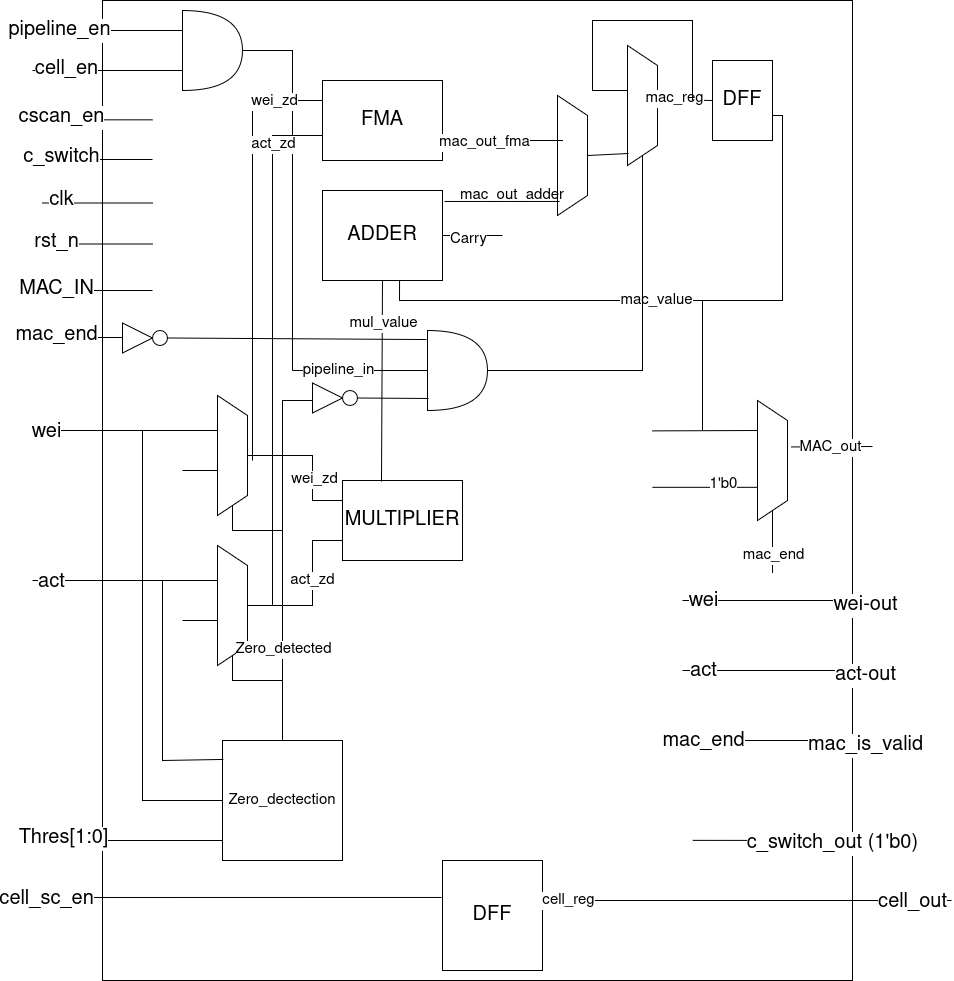
This is image/PE_OS.png from MinhKhaNe/SYSTOLIC_ARRAY, a draw.io export, as it was before one commit. Source tidied: cells renumbered, new cells last; positions are measured from the earlier drawing's top-left corner, leaving out a move shared by most shapes.
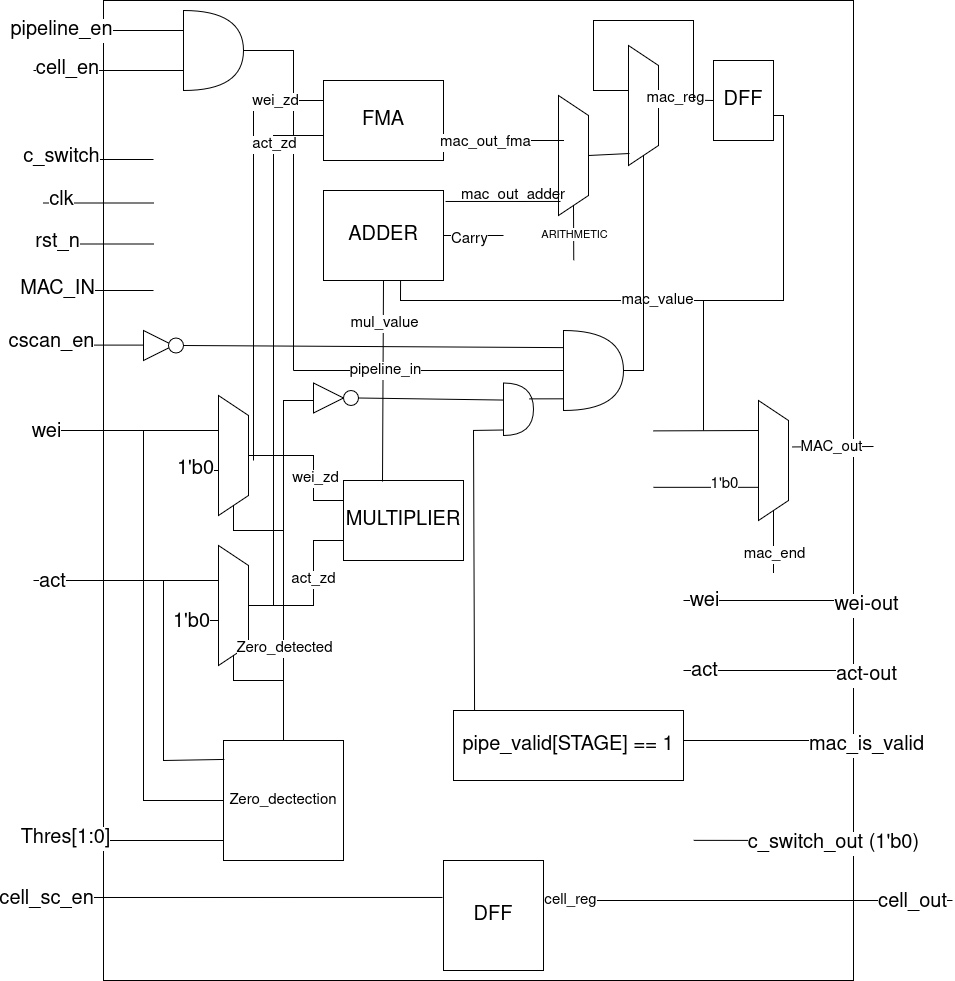
After the change.

Diff of the diagram source:
```diff
@@ -85,6 +85,9 @@
         <mxPoint x="190" y="470" as="targetPoint" />
       </mxGeometry>
     </mxCell>
+    <mxCell id="103" value="&lt;font style=&quot;font-size: 20px;&quot;&gt;1'b0&lt;/font&gt;" style="edgeLabel;html=1;align=center;verticalAlign=middle;" parent="19" vertex="1">
+      <mxGeometry x="-0.42" y="2" relative="1" as="geometry" />
+    </mxCell>
     <mxCell id="20" value="&lt;font style=&quot;font-size: 15px;&quot;&gt;Zero_dectection&lt;/font&gt;" style="rounded=0;whiteSpace=wrap;html=1;" parent="1" vertex="1">
       <mxGeometry x="190" y="740" width="120" height="120" as="geometry" />
     </mxCell>
@@ -106,6 +109,9 @@
         <mxPoint x="190" y="620" as="targetPoint" />
       </mxGeometry>
     </mxCell>
+    <mxCell id="104" value="&lt;font style=&quot;font-size: 20px;&quot;&gt;1'b0&lt;/font&gt;" style="edgeLabel;html=1;align=center;verticalAlign=middle;" parent="23" vertex="1">
+      <mxGeometry x="-0.65" y="-1" relative="1" as="geometry" />
+    </mxCell>
     <mxCell id="24" style="shape=trapezoid;perimeter=trapezoidPerimeter;whiteSpace=wrap;html=1;fixedSize=1;rotation=90;" parent="1" vertex="1">
       <mxGeometry x="140" y="590" width="120" height="30" as="geometry" />
     </mxCell>
@@ -213,16 +219,7 @@
     <mxCell id="46" value="&lt;font style=&quot;font-size: 20px;&quot;&gt;rst_n&lt;/font&gt;" style="edgeLabel;html=1;align=center;verticalAlign=middle;" parent="45" vertex="1">
       <mxGeometry x="-0.75" y="2" relative="1" as="geometry" />
     </mxCell>
-    <mxCell id="47" style="endArrow=none;html=1;rounded=0;" parent="1" edge="1">
-      <mxGeometry relative="1" as="geometry">
-        <mxPoint x="10" y="337" as="sourcePoint" />
-        <mxPoint x="90" y="337" as="targetPoint" />
-      </mxGeometry>
-    </mxCell>
-    <mxCell id="48" value="&lt;font style=&quot;font-size: 20px;&quot;&gt;mac_end&lt;/font&gt;" style="edgeLabel;html=1;align=center;verticalAlign=middle;" parent="47" vertex="1">
-      <mxGeometry x="-0.67" y="3" relative="1" as="geometry" />
-    </mxCell>
-    <mxCell id="49" style="endArrow=none;html=1;rounded=0;entryX=0;entryY=0.5;entryDx=0;entryDy=0;entryPerimeter=0;" parent="1" edge="1" target="51">
+    <mxCell id="49" style="endArrow=none;html=1;rounded=0;entryX=0;entryY=0.5;entryDx=0;entryDy=0;entryPerimeter=0;" parent="1" edge="1" target="111">
       <mxGeometry relative="1" as="geometry">
         <mxPoint x="260" y="370" as="sourcePoint" />
       </mxGeometry>
@@ -230,18 +227,6 @@
     <mxCell id="50" value="&lt;font style=&quot;font-size: 15px;&quot;&gt;pipeline_in&lt;/font&gt;" style="edgeLabel;html=1;align=center;verticalAlign=middle;" parent="49" vertex="1">
       <mxGeometry x="-0.32" y="1" relative="1" as="geometry" />
     </mxCell>
-    <mxCell id="51" style="shape=or;whiteSpace=wrap;html=1;" parent="1" vertex="1">
-      <mxGeometry x="395" y="330" width="60" height="80" as="geometry" />
-    </mxCell>
-    <mxCell id="52" style="triangle;whiteSpace=wrap;html=1;" parent="1" vertex="1">
-      <mxGeometry x="90" y="322.5" width="30" height="30" as="geometry" />
-    </mxCell>
-    <mxCell id="53" style="ellipse;whiteSpace=wrap;html=1;" parent="1" vertex="1">
-      <mxGeometry x="120" y="330" width="15" height="15" as="geometry" />
-    </mxCell>
-    <mxCell id="54" style="endArrow=none;html=1;rounded=0;entryX=1;entryY=0.5;entryDx=0;entryDy=0;exitX=-0.017;exitY=0.113;exitDx=0;exitDy=0;exitPerimeter=0;" parent="1" edge="1" source="51" target="53">
-      <mxGeometry relative="1" as="geometry" />
-    </mxCell>
     <mxCell id="55" style="endArrow=none;html=1;rounded=0;" parent="1" edge="1">
       <mxGeometry relative="1" as="geometry">
         <mxPoint x="250" y="530" as="sourcePoint" />
@@ -251,8 +236,9 @@
         </Array>
       </mxGeometry>
     </mxCell>
-    <mxCell id="56" style="endArrow=none;html=1;rounded=0;entryX=1;entryY=0.5;entryDx=0;entryDy=0;entryPerimeter=0;exitX=1;exitY=0.5;exitDx=0;exitDy=0;" parent="1" edge="1" source="57" target="51">
+    <mxCell id="56" style="endArrow=none;html=1;rounded=0;exitX=1;exitY=0.5;exitDx=0;exitDy=0;" parent="1" edge="1" source="57">
       <mxGeometry relative="1" as="geometry">
+        <mxPoint x="590" y="370" as="targetPoint" />
         <Array as="points">
           <mxPoint x="610" y="370" />
         </Array>
@@ -267,7 +253,7 @@
     <mxCell id="59" style="ellipse;whiteSpace=wrap;html=1;" parent="1" vertex="1">
       <mxGeometry x="310" y="390" width="15" height="15" as="geometry" />
     </mxCell>
-    <mxCell id="60" style="endArrow=none;html=1;rounded=0;exitX=1;exitY=0.5;exitDx=0;exitDy=0;entryX=0.017;entryY=0.85;entryDx=0;entryDy=0;entryPerimeter=0;" parent="1" edge="1" source="59" target="51">
+    <mxCell id="60" style="endArrow=none;html=1;rounded=0;exitX=1;exitY=0.5;exitDx=0;exitDy=0;entryX=0.013;entryY=0.325;entryDx=0;entryDy=0;entryPerimeter=0;" parent="1" edge="1" source="59" target="113">
       <mxGeometry relative="1" as="geometry" />
     </mxCell>
     <mxCell id="61" style="endArrow=none;html=1;rounded=0;entryX=0.5;entryY=0;entryDx=0;entryDy=0;exitX=0.9;exitY=0.967;exitDx=0;exitDy=0;exitPerimeter=0;" parent="1" edge="1" source="57" target="5">
@@ -417,9 +403,6 @@
     <mxCell id="93" value="&lt;font style=&quot;font-size: 20px;&quot;&gt;mac_is_valid&lt;/font&gt;" style="edgeLabel;html=1;align=center;verticalAlign=middle;" parent="92" vertex="1">
       <mxGeometry x="0.82" y="-4" relative="1" as="geometry" />
     </mxCell>
-    <mxCell id="94" value="&lt;font style=&quot;font-size: 20px;&quot;&gt;mac_end&lt;/font&gt;" style="edgeLabel;html=1;align=center;verticalAlign=middle;" parent="92" vertex="1">
-      <mxGeometry x="-0.8" relative="1" as="geometry" />
-    </mxCell>
     <mxCell id="95" style="endArrow=none;html=1;rounded=0;entryX=0.08;entryY=0.037;entryDx=0;entryDy=0;entryPerimeter=0;" parent="1" edge="1">
       <mxGeometry relative="1" as="geometry">
         <mxPoint x="10" y="290" as="sourcePoint" />
@@ -431,8 +414,8 @@
     </mxCell>
     <mxCell id="97" style="endArrow=none;html=1;rounded=0;entryX=0.08;entryY=0.125;entryDx=0;entryDy=0;entryPerimeter=0;" parent="1" edge="1">
       <mxGeometry relative="1" as="geometry">
-        <mxPoint x="10" y="119.3" as="sourcePoint" />
-        <mxPoint x="120" y="119.3" as="targetPoint" />
+        <mxPoint y="344.6" as="sourcePoint" />
+        <mxPoint x="110" y="344.6" as="targetPoint" />
       </mxGeometry>
     </mxCell>
     <mxCell id="98" value="&lt;font style=&quot;font-size: 20px;&quot;&gt;cscan_en&lt;/font&gt;" style="edgeLabel;html=1;align=center;verticalAlign=middle;" parent="97" vertex="1">
@@ -461,5 +444,40 @@
     <mxCell id="102" value="&lt;font style=&quot;font-size: 15px;&quot;&gt;act_zd&lt;/font&gt;" style="edgeLabel;html=1;align=center;verticalAlign=middle;" parent="101" vertex="1">
       <mxGeometry x="0.78" relative="1" as="geometry" />
     </mxCell>
+    <mxCell id="105" style="endArrow=none;html=1;rounded=0;entryX=1;entryY=0.5;entryDx=0;entryDy=0;exitX=0.627;exitY=0.265;exitDx=0;exitDy=0;exitPerimeter=0;" parent="1" edge="1" source="2" target="5">
+      <mxGeometry relative="1" as="geometry" />
+    </mxCell>
+    <mxCell id="106" value="ARITHMETIC" style="edgeLabel;html=1;align=center;verticalAlign=middle;" parent="105" vertex="1">
+      <mxGeometry x="-0.05" relative="1" as="geometry" />
+    </mxCell>
+    <mxCell id="107" value="&lt;font style=&quot;font-size: 20px;&quot;&gt;pipe_valid[STAGE] == 1&lt;/font&gt;" style="rounded=0;whiteSpace=wrap;html=1;" parent="1" vertex="1">
+      <mxGeometry x="420" y="710" width="230" height="70" as="geometry" />
+    </mxCell>
+    <mxCell id="108" style="triangle;whiteSpace=wrap;html=1;" parent="1" vertex="1">
+      <mxGeometry x="110" y="330" width="30" height="30" as="geometry" />
+    </mxCell>
+    <mxCell id="109" style="ellipse;whiteSpace=wrap;html=1;" parent="1" vertex="1">
+      <mxGeometry x="135" y="337.5" width="15" height="15" as="geometry" />
+    </mxCell>
+    <mxCell id="110" style="endArrow=none;html=1;rounded=0;exitX=1;exitY=0.5;exitDx=0;exitDy=0;entryX=0.007;entryY=0.214;entryDx=0;entryDy=0;entryPerimeter=0;" parent="1" edge="1" source="109" target="111">
+      <mxGeometry relative="1" as="geometry" />
+    </mxCell>
+    <mxCell id="111" style="shape=or;whiteSpace=wrap;html=1;" parent="1" vertex="1">
+      <mxGeometry x="530" y="330" width="60" height="80" as="geometry" />
+    </mxCell>
+    <mxCell id="112" style="endArrow=none;html=1;rounded=0;entryX=0.309;entryY=-0.026;entryDx=0;entryDy=0;entryPerimeter=0;exitX=0.013;exitY=0.896;exitDx=0;exitDy=0;exitPerimeter=0;" parent="1" edge="1" source="113">
+      <mxGeometry relative="1" as="geometry">
+        <mxPoint x="441.1" y="710.2" as="targetPoint" />
+        <Array as="points">
+          <mxPoint x="440" y="430" />
+        </Array>
+      </mxGeometry>
+    </mxCell>
+    <mxCell id="113" style="shape=or;whiteSpace=wrap;html=1;" parent="1" vertex="1">
+      <mxGeometry x="470" y="382.5" width="30" height="52.5" as="geometry" />
+    </mxCell>
+    <mxCell id="114" style="endArrow=none;html=1;rounded=0;entryX=0.867;entryY=0.302;entryDx=0;entryDy=0;entryPerimeter=0;exitX=0.007;exitY=0.854;exitDx=0;exitDy=0;exitPerimeter=0;" parent="1" edge="1" source="111" target="113">
+      <mxGeometry relative="1" as="geometry" />
+    </mxCell>
   </root>
 </mxGraphModel>
```
